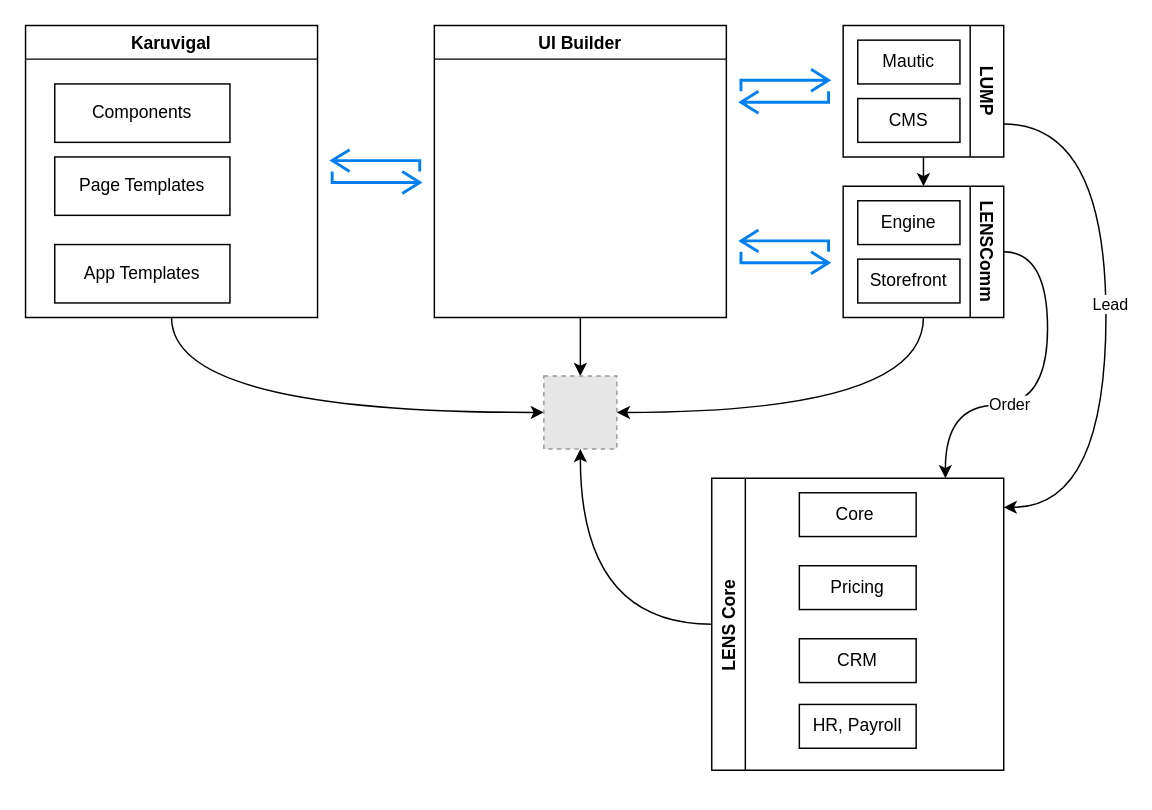
lmnaslimited/iyakkam keeps this draw.io diagram as lens-hlighlevel-solution-architecture.drawio. Above is the earlier version. Source tidied: cells renumbered, new cells numbered last; positions are measured from the earlier drawing's top-left corner, leaving out a move shared by most shapes. Both pictures are drawn from the tidied source at 146%, with x=0, y=0 at pixel (25, 25). Pictures stored in the file or linked from it are replaced by grey dashed boxes.
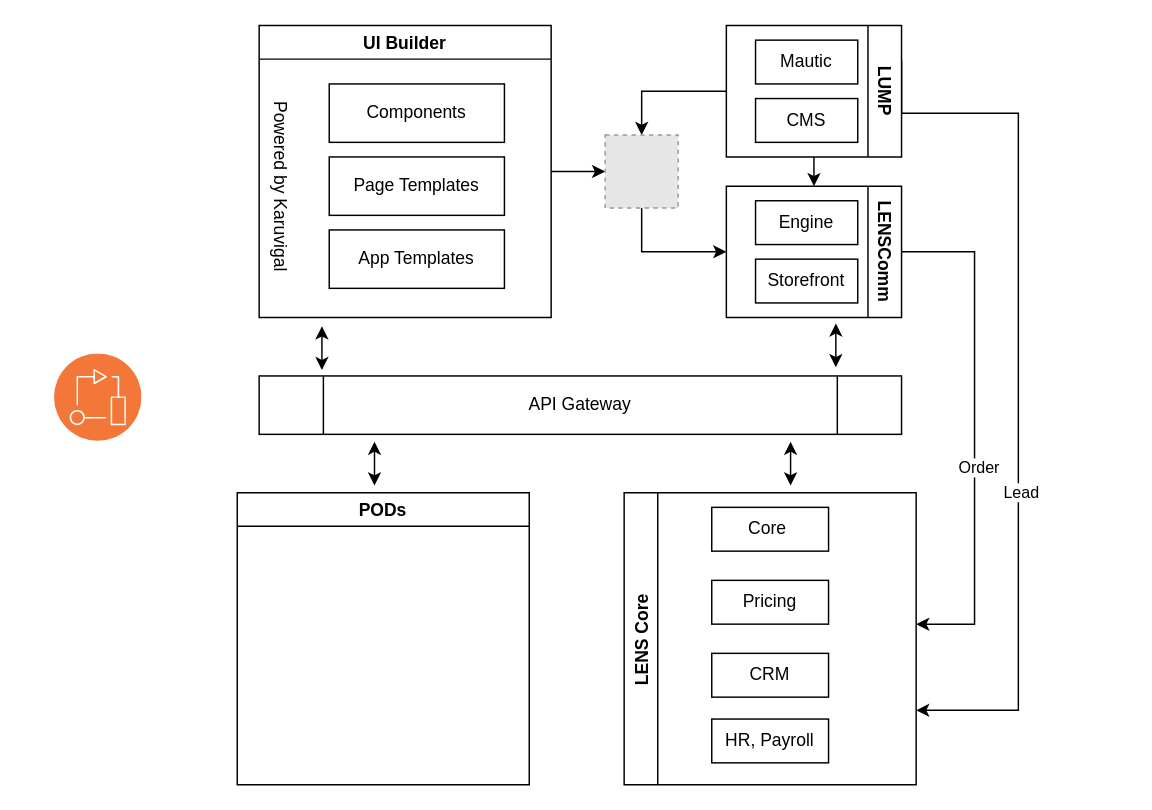
The same diagram, later.

The edit, as a diff of the source:
```diff
@@
-    <mxCell id="2" style="edgeStyle=orthogonalEdgeStyle;rounded=0;jettySize=auto;html=1;exitX=0.5;exitY=1;exitDx=0;exitDy=0;curved=1;entryX=0;entryY=0.5;entryDx=0;entryDy=0;" parent="1" edge="1" source="3" target="24">
+    <mxCell id="2" style="edgeStyle=orthogonalEdgeStyle;rounded=0;jettySize=auto;html=1;exitX=1;exitY=0.5;exitDx=0;exitDy=0;entryX=0;entryY=0.5;entryDx=0;entryDy=0;elbow=vertical;" parent="1" edge="1" source="3" target="24">
       <mxGeometry relative="1" as="geometry" />
     </mxCell>
-    <mxCell id="3" value="Karuvigal" style="swimlane;" parent="1" vertex="1">
-      <mxGeometry width="200" height="200" as="geometry" />
+    <mxCell id="3" value="UI Builder" style="swimlane;" parent="1" vertex="1">
+      <mxGeometry x="160" width="200" height="200" as="geometry" />
     </mxCell>
     <mxCell id="4" value="Components" style="rounded=0;whiteSpace=wrap;html=1;" parent="3" vertex="1">
-      <mxGeometry x="20" y="40" width="120" height="40" as="geometry" />
+      <mxGeometry x="48" y="40" width="120" height="40" as="geometry" />
     </mxCell>
     <mxCell id="5" value="Page Templates" style="rounded=0;whiteSpace=wrap;html=1;" parent="3" vertex="1">
-      <mxGeometry x="20" y="90" width="120" height="40" as="geometry" />
+      <mxGeometry x="48" y="90" width="120" height="40" as="geometry" />
     </mxCell>
     <mxCell id="6" value="App Templates" style="rounded=0;whiteSpace=wrap;html=1;" parent="3" vertex="1">
-      <mxGeometry x="20" y="150" width="120" height="40" as="geometry" />
+      <mxGeometry x="48" y="140" width="120" height="40" as="geometry" />
     </mxCell>
-    <mxCell id="7" style="edgeStyle=orthogonalEdgeStyle;curved=1;rounded=0;jettySize=auto;html=1;exitX=0.5;exitY=1;exitDx=0;exitDy=0;entryX=0.5;entryY=0;entryDx=0;entryDy=0;" parent="1" edge="1" source="8" target="24">
-      <mxGeometry relative="1" as="geometry" />
-    </mxCell>
-    <mxCell id="8" value="UI Builder" style="swimlane;" parent="1" vertex="1">
-      <mxGeometry x="280" width="200" height="200" as="geometry" />
-    </mxCell>
+    <mxCell id="31" value="Powered by Karuvigal" style="text;html=1;align=center;verticalAlign=middle;strokeColor=none;fillColor=none;rotation=90;" parent="3" vertex="1">
+      <mxGeometry x="-50" y="100" width="130" height="20" as="geometry" />
+    </mxCell>
@@
-    <mxCell id="10" style="edgeStyle=orthogonalEdgeStyle;curved=1;rounded=0;jettySize=auto;html=1;exitX=0;exitY=0.25;exitDx=0;exitDy=0;" parent="1" edge="1" source="12">
-      <mxGeometry relative="1" as="geometry">
-        <mxPoint x="670" y="330" as="targetPoint" />
-        <Array as="points">
-          <mxPoint x="740" y="68" />
-          <mxPoint x="740" y="330" />
-        </Array>
-      </mxGeometry>
-    </mxCell>
+    <mxCell id="32" style="edgeStyle=orthogonalEdgeStyle;rounded=0;jettySize=auto;html=1;exitX=1;exitY=0.5;exitDx=0;exitDy=0;entryX=0.5;entryY=0;entryDx=0;entryDy=0;elbow=vertical;" parent="1" edge="1" source="12" target="24">
+      <mxGeometry relative="1" as="geometry" />
+    </mxCell>
+    <mxCell id="33" style="edgeStyle=orthogonalEdgeStyle;rounded=0;orthogonalLoop=1;jettySize=auto;html=1;exitX=0;exitY=0.5;exitDx=0;exitDy=0;entryX=1;entryY=0.75;entryDx=0;entryDy=0;elbow=vertical;" parent="1" edge="1">
+      <mxGeometry relative="1" as="geometry">
+        <mxPoint x="600" y="24" as="sourcePoint" />
+        <mxPoint x="610" y="469" as="targetPoint" />
+        <Array as="points">
+          <mxPoint x="600" y="60" />
+          <mxPoint x="680" y="60" />
+          <mxPoint x="680" y="469" />
+        </Array>
+      </mxGeometry>
+    </mxCell>
-    <mxCell id="11" value="Lead" style="edgeLabel;html=1;align=center;verticalAlign=middle;" parent="10" vertex="1">
-      <mxGeometry x="-0.04" y="2" relative="1" as="geometry" />
+    <mxCell id="11" value="Lead" style="edgeLabel;html=1;align=center;verticalAlign=middle;" parent="33" vertex="1">
+      <mxGeometry x="0.26" y="1" relative="1" as="geometry" />
     </mxCell>
     <mxCell id="12" value="LUMP" style="swimlane;horizontal=0;rotation=-180;" parent="1" vertex="1">
-      <mxGeometry x="560" width="110" height="90" as="geometry" />
+      <mxGeometry x="480" width="120" height="90" as="geometry" />
     </mxCell>
     <mxCell id="13" value="CMS" style="rounded=0;whiteSpace=wrap;html=1;" parent="12" vertex="1">
-      <mxGeometry x="10" y="50" width="70" height="30" as="geometry" />
+      <mxGeometry x="20" y="50" width="70" height="30" as="geometry" />
     </mxCell>
     <mxCell id="14" value="Mautic" style="whiteSpace=wrap;html=1;" parent="12" vertex="1">
-      <mxGeometry x="10" y="10" width="70" height="30" as="geometry" />
+      <mxGeometry x="20" y="10" width="70" height="30" as="geometry" />
     </mxCell>
-    <mxCell id="15" style="edgeStyle=orthogonalEdgeStyle;curved=1;rounded=0;jettySize=auto;html=1;exitX=0.5;exitY=0;exitDx=0;exitDy=0;entryX=1;entryY=0.5;entryDx=0;entryDy=0;" parent="1" edge="1" source="18" target="24">
-      <mxGeometry relative="1" as="geometry" />
-    </mxCell>
-    <mxCell id="16" style="edgeStyle=orthogonalEdgeStyle;curved=1;rounded=0;jettySize=auto;html=1;exitX=0;exitY=0.5;exitDx=0;exitDy=0;" parent="1" edge="1" source="18">
-      <mxGeometry relative="1" as="geometry">
-        <mxPoint x="630" y="310" as="targetPoint" />
-        <Array as="points">
-          <mxPoint x="700" y="155" />
-          <mxPoint x="700" y="260" />
-          <mxPoint x="630" y="260" />
-        </Array>
-      </mxGeometry>
-    </mxCell>
+    <mxCell id="34" style="edgeStyle=orthogonalEdgeStyle;rounded=0;jettySize=auto;html=1;exitX=0;exitY=0.5;exitDx=0;exitDy=0;elbow=vertical;" parent="1" edge="1" source="18">
+      <mxGeometry relative="1" as="geometry">
+        <mxPoint x="610" y="410" as="targetPoint" />
+        <Array as="points">
+          <mxPoint x="650" y="155" />
+          <mxPoint x="650" y="410" />
+        </Array>
+      </mxGeometry>
+    </mxCell>
-    <mxCell id="17" value="Order" style="edgeLabel;html=1;align=center;verticalAlign=middle;" parent="16" vertex="1">
-      <mxGeometry x="0.27" y="-1" relative="1" as="geometry" />
+    <mxCell id="17" value="Order" style="edgeLabel;html=1;align=center;verticalAlign=middle;" parent="34" vertex="1">
+      <mxGeometry x="0.14" y="2" relative="1" as="geometry" />
     </mxCell>
     <mxCell id="18" value="LENSComm" style="swimlane;horizontal=0;rotation=-180;" parent="1" vertex="1">
-      <mxGeometry x="560" y="110" width="110" height="90" as="geometry" />
+      <mxGeometry x="480" y="110" width="120" height="90" as="geometry" />
     </mxCell>
     <mxCell id="19" value="Engine" style="rounded=0;whiteSpace=wrap;html=1;" parent="18" vertex="1">
-      <mxGeometry x="10" y="10" width="70" height="30" as="geometry" />
+      <mxGeometry x="20" y="10" width="70" height="30" as="geometry" />
     </mxCell>
     <mxCell id="20" value="Storefront" style="whiteSpace=wrap;html=1;" parent="18" vertex="1">
-      <mxGeometry x="10" y="50" width="70" height="30" as="geometry" />
+      <mxGeometry x="20" y="50" width="70" height="30" as="geometry" />
     </mxCell>
-    <mxCell id="21" style="html=1;verticalLabelPosition=bottom;align=center;labelBackgroundColor=#ffffff;verticalAlign=top;strokeWidth=2;strokeColor=#0080F0;shadow=0;dashed=0;shape=mxgraph.ios7.icons.repeat;" parent="1" vertex="1">
-      <mxGeometry x="490" y="30" width="60" height="30" as="geometry" />
-    </mxCell>
-    <mxCell id="22" style="html=1;verticalLabelPosition=bottom;align=center;labelBackgroundColor=#ffffff;verticalAlign=top;strokeWidth=2;strokeColor=#0080F0;shadow=0;dashed=0;shape=mxgraph.ios7.icons.repeat;rotation=-180;flipH=1;" parent="1" vertex="1">
-      <mxGeometry x="490" y="140" width="60" height="30" as="geometry" />
-    </mxCell>
-    <mxCell id="23" style="html=1;verticalLabelPosition=bottom;align=center;labelBackgroundColor=#ffffff;verticalAlign=top;strokeWidth=2;strokeColor=#0080F0;shadow=0;dashed=0;shape=mxgraph.ios7.icons.repeat;rotation=-180;flipH=1;" parent="1" vertex="1">
-      <mxGeometry x="210" y="85" width="60" height="30" as="geometry" />
-    </mxCell>
+    <mxCell id="35" style="edgeStyle=orthogonalEdgeStyle;rounded=0;jettySize=auto;html=1;exitX=0.5;exitY=1;exitDx=0;exitDy=0;entryX=1;entryY=0.5;entryDx=0;entryDy=0;elbow=vertical;" parent="1" edge="1" source="24" target="18">
+      <mxGeometry relative="1" as="geometry" />
+    </mxCell>
     <mxCell id="24" style="fillColor=#E6E6E6;strokeColor=#999999;dashed=1;html=1;verticalAlign=top;verticalLabelPosition=bottom;labelBackgroundColor=#ffffff;" parent="1" vertex="1">
-      <mxGeometry x="355" y="240" width="50" height="50" as="geometry" />
+      <mxGeometry x="397" y="75" width="50" height="50" as="geometry" />
     </mxCell>
-    <mxCell id="25" style="edgeStyle=orthogonalEdgeStyle;curved=1;rounded=0;jettySize=auto;html=1;exitX=0;exitY=0.5;exitDx=0;exitDy=0;entryX=0.5;entryY=1;entryDx=0;entryDy=0;" parent="1" edge="1" source="26" target="24">
-      <mxGeometry relative="1" as="geometry" />
-    </mxCell>
     <mxCell id="26" value="LENS Core" style="swimlane;horizontal=0;" parent="1" vertex="1">
-      <mxGeometry x="470" y="310" width="200" height="200" as="geometry" />
+      <mxGeometry x="410" y="320" width="200" height="200" as="geometry" />
     </mxCell>
@@
+    <mxCell id="36" value="API Gateway" style="shape=process;whiteSpace=wrap;html=1;backgroundOutline=1;" parent="1" vertex="1">
+      <mxGeometry x="160" y="240" width="440" height="40" as="geometry" />
+    </mxCell>
+    <mxCell id="37" style="html=1;labelBackgroundColor=#ffffff;startArrow=classic;startFill=1;startSize=6;endArrow=classic;endFill=1;endSize=6;jettySize=auto;orthogonalLoop=1;strokeWidth=1;fontSize=14;rounded=0;elbow=vertical;" parent="1" edge="1">
+      <mxGeometry relative="1" as="geometry">
+        <mxPoint x="203" y="236" as="sourcePoint" />
+        <mxPoint x="203" y="206" as="targetPoint" />
+      </mxGeometry>
+    </mxCell>
+    <mxCell id="38" value="PODs" style="swimlane;" parent="1" vertex="1">
+      <mxGeometry x="145" y="320" width="200" height="200" as="geometry" />
+    </mxCell>
+    <mxCell id="39" style="html=1;labelBackgroundColor=#ffffff;startArrow=classic;startFill=1;startSize=6;endArrow=classic;endFill=1;endSize=6;jettySize=auto;orthogonalLoop=1;strokeWidth=1;fontSize=14;rounded=0;elbow=vertical;" parent="1" edge="1">
+      <mxGeometry relative="1" as="geometry">
+        <mxPoint x="555" y="234" as="sourcePoint" />
+        <mxPoint x="555" y="204" as="targetPoint" />
+      </mxGeometry>
+    </mxCell>
+    <mxCell id="40" style="perimeter=ellipsePerimeter;html=1;align=center;shadow=0;dashed=0;fontColor=#4277BB;labelBackgroundColor=#ffffff;fontSize=12;spacingTop=3;image;image=img/lib/ibm/devops/devops.svg;" parent="1" vertex="1">
+      <mxGeometry x="20" y="225" width="60" height="60" as="geometry" />
+    </mxCell>
+    <mxCell id="41" style="html=1;labelBackgroundColor=#ffffff;startArrow=classic;startFill=1;startSize=6;endArrow=classic;endFill=1;endSize=6;jettySize=auto;orthogonalLoop=1;strokeWidth=1;fontSize=14;rounded=0;elbow=vertical;" parent="1" edge="1">
+      <mxGeometry relative="1" as="geometry">
+        <mxPoint x="239" y="315" as="sourcePoint" />
+        <mxPoint x="239" y="285" as="targetPoint" />
+      </mxGeometry>
+    </mxCell>
+    <mxCell id="42" style="html=1;labelBackgroundColor=#ffffff;startArrow=classic;startFill=1;startSize=6;endArrow=classic;endFill=1;endSize=6;jettySize=auto;orthogonalLoop=1;strokeWidth=1;fontSize=14;rounded=0;elbow=vertical;" parent="1" edge="1">
+      <mxGeometry relative="1" as="geometry">
+        <mxPoint x="524" y="315" as="sourcePoint" />
+        <mxPoint x="524" y="285" as="targetPoint" />
+      </mxGeometry>
+    </mxCell>
```
